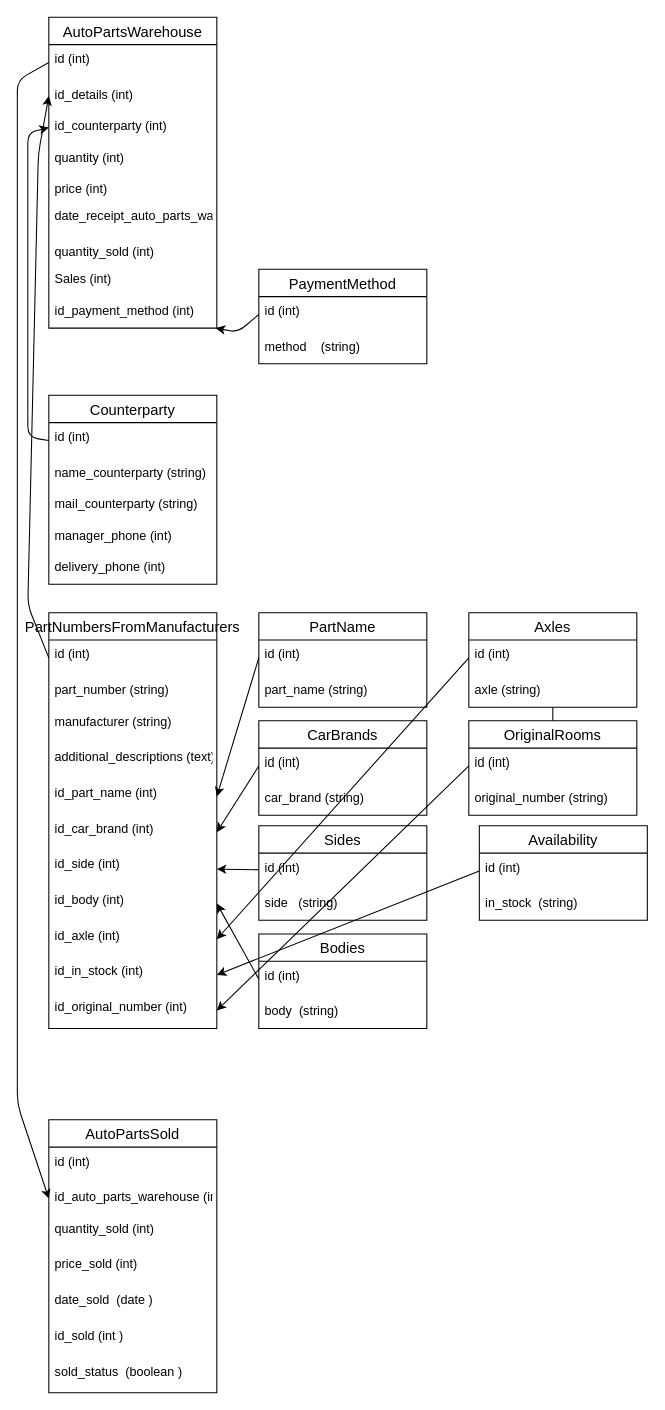
Earlier version of the draw.io diagram db.drawio (Ruslan-qu/autoParts). Source tidied: cells renumbered, new cells numbered last; positions are measured from the earlier drawing's top-left corner, leaving out a move shared by most shapes. Both pictures are drawn from the tidied source at 105%, with x=0, y=0 at pixel (17, 17).
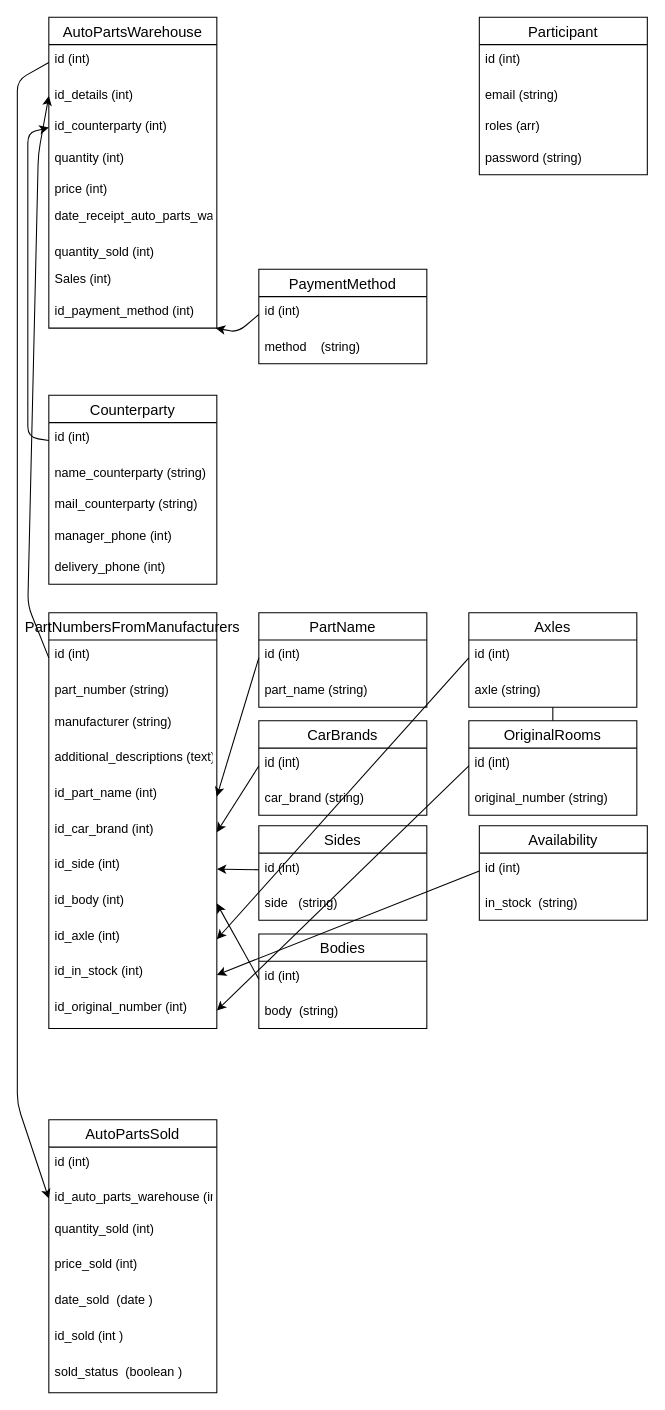
Above is the later version.

What changed in the source:
```diff
@@
+    <mxCell id="74" value="Participant" style="swimlane;fontStyle=0;horizontal=1;startSize=26;align=center;fontSize=14;" parent="1" vertex="1">
+      <mxGeometry x="440" width="160" height="150" as="geometry" />
+    </mxCell>
+    <mxCell id="75" value="id (int)" style="text;strokeColor=none;fillColor=none;spacingLeft=4;spacingRight=4;overflow=hidden;fontSize=12;" parent="74" vertex="1">
+      <mxGeometry y="26" width="160" height="34" as="geometry" />
+    </mxCell>
+    <mxCell id="76" value="email (string)" style="text;strokeColor=none;fillColor=none;spacingLeft=4;spacingRight=4;overflow=hidden;fontSize=12;" parent="74" vertex="1">
+      <mxGeometry y="60" width="160" height="30" as="geometry" />
+    </mxCell>
+    <mxCell id="77" value="roles (arr)" style="text;strokeColor=none;fillColor=none;spacingLeft=4;spacingRight=4;overflow=hidden;fontSize=12;" parent="74" vertex="1">
+      <mxGeometry y="90" width="160" height="30" as="geometry" />
+    </mxCell>
+    <mxCell id="78" value="password (string)" style="text;strokeColor=none;fillColor=none;spacingLeft=4;spacingRight=4;overflow=hidden;fontSize=12;" parent="74" vertex="1">
+      <mxGeometry y="120" width="160" height="30" as="geometry" />
+    </mxCell>
```
